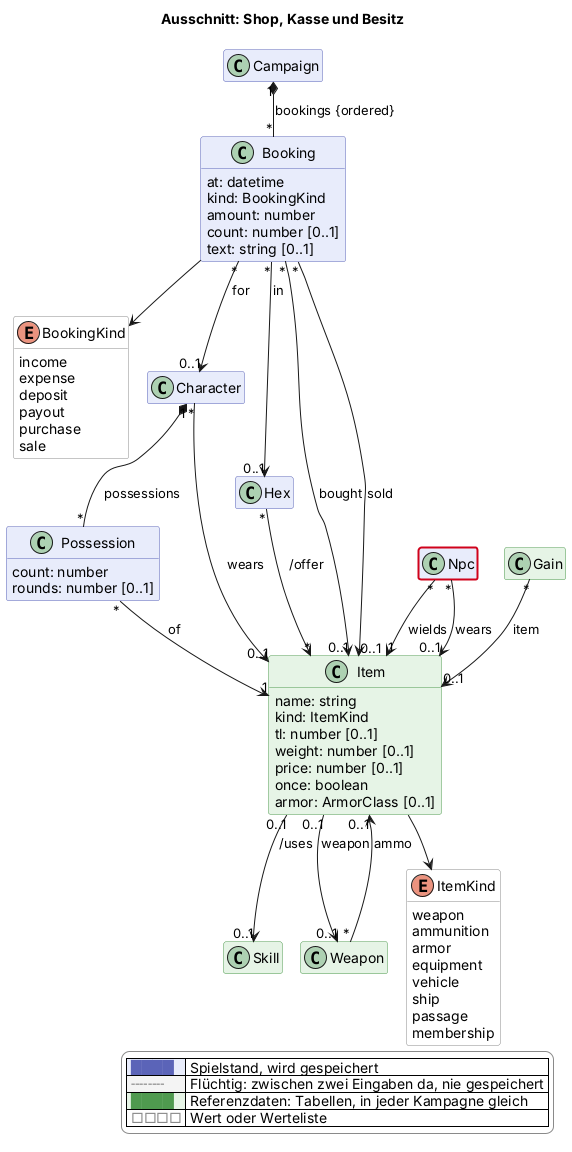
Above: docs/views/shop.png in scuzzar/SRE (PlantUML), before the change.
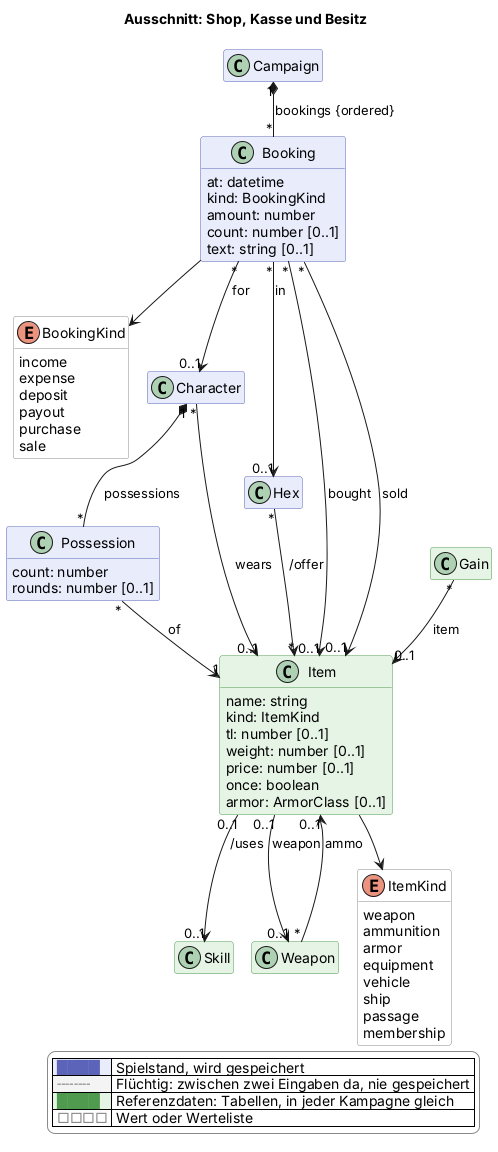
The same diagram one commit later.

Change to the diagram source:
```diff
@@ -92,7 +92,6 @@
   class Hex $sektor
 
 
-  class Npc $begegnung
 
   class Skill <<reference>> $charakter
   class Gain <<reference>> $erschaffung
@@ -140,8 +139,6 @@
 
 
 
-Npc "*" --> "1" Item : wields
-Npc "*" --> "0..1" Item : wears
 Character "*" --> "0..1" Item : wears
 
 
@@ -152,5 +149,4 @@
   |<#e6f4e6> <color:#4f9a4f>████</color> | Referenzdaten: Tabellen, in jeder Kampagne gleich |
   |<#ffffff> <color:#8a8a8a>□□□□</color> | Wert oder Werteliste |
 endlegend
-class Npc #line:d0021b;line.bold
 @enduml
```
